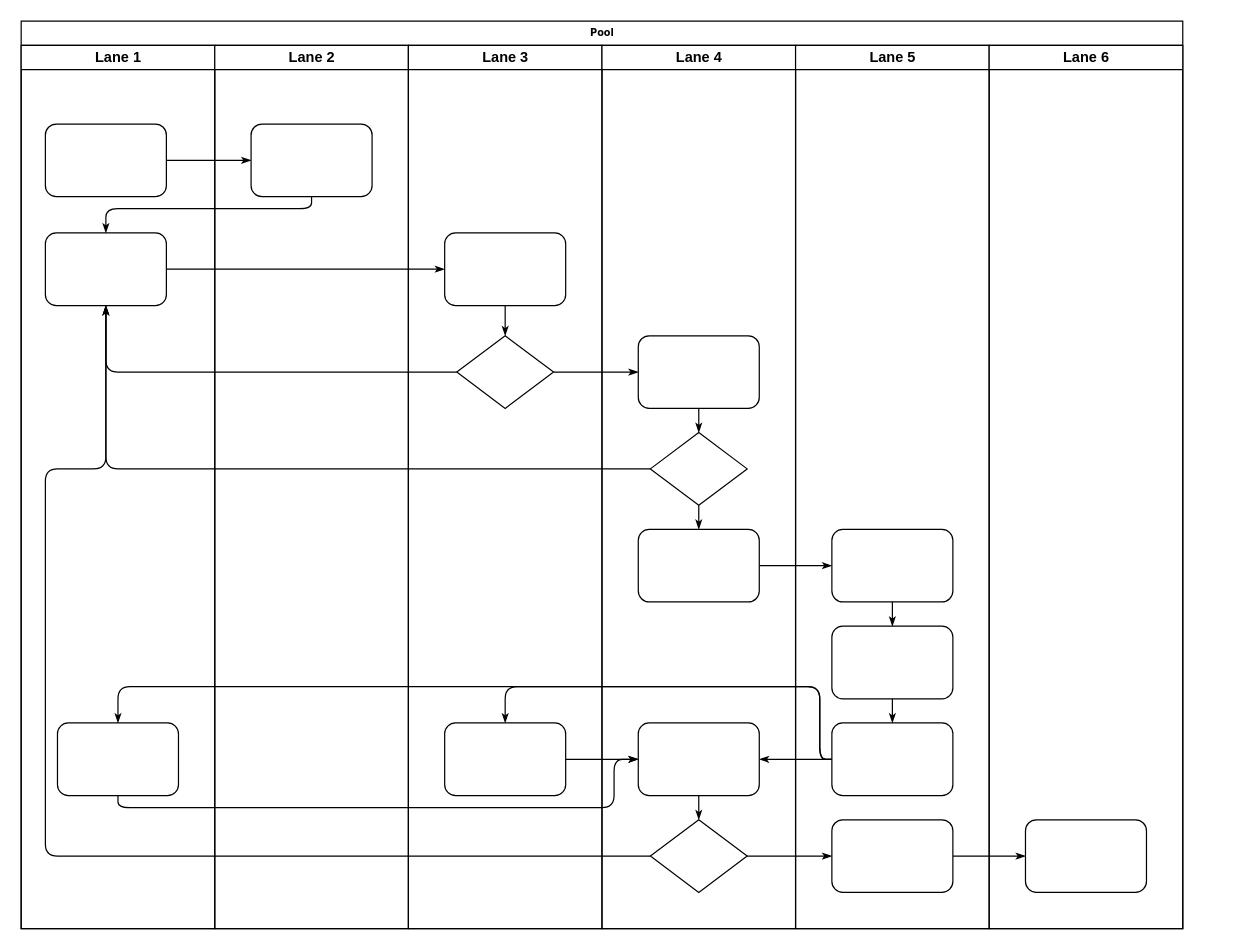
Before: java/30_graph/Untitled Diagram.drawio in RdAllen/algo, a draw.io diagram. Source tidied: cells renumbered, new cells numbered last; positions are measured from the earlier drawing's top-left corner, leaving out a move shared by most shapes. Both pictures are drawn from the tidied source at 121%, with x=0, y=0 at pixel (21, 21).
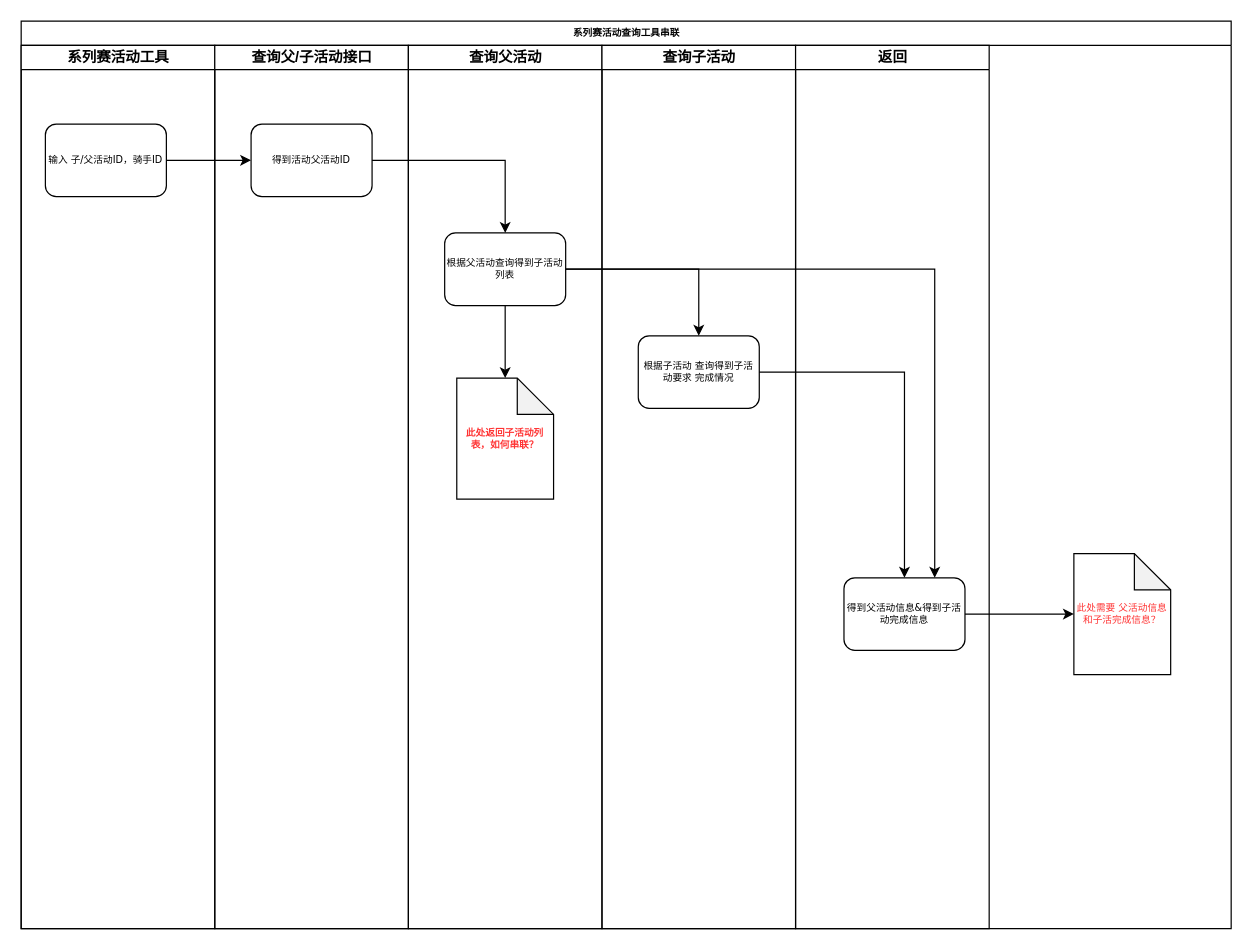
Above is the later version.

Diff of the diagram source:
```diff
@@
-    <mxCell id="2" value="Pool" style="swimlane;html=1;startSize=20;rounded=0;shadow=0;labelBackgroundColor=none;strokeWidth=1;fontFamily=Verdana;fontSize=8;align=center;" parent="1" vertex="1">
-      <mxGeometry width="960" height="750" as="geometry" />
+    <mxCell id="2" value="系列赛活动查询工具串联" style="swimlane;html=1;startSize=20;rounded=0;shadow=0;labelBackgroundColor=none;strokeWidth=1;fontFamily=Verdana;fontSize=8;align=center;" parent="1" vertex="1">
+      <mxGeometry width="1000" height="750" as="geometry" />
     </mxCell>
-    <mxCell id="3" value="Lane 1" style="swimlane;html=1;startSize=20;" parent="2" vertex="1">
+    <mxCell id="3" value="系列赛活动工具" style="swimlane;html=1;startSize=20;" parent="2" vertex="1">
       <mxGeometry y="20" width="160" height="730" as="geometry" />
     </mxCell>
-    <mxCell id="4" style="rounded=1;whiteSpace=wrap;html=1;shadow=0;labelBackgroundColor=none;strokeWidth=1;fontFamily=Verdana;fontSize=8;align=center;" parent="3" vertex="1">
+    <mxCell id="4" value="输入 子/父活动ID，骑手ID" style="rounded=1;whiteSpace=wrap;html=1;shadow=0;labelBackgroundColor=none;strokeWidth=1;fontFamily=Verdana;fontSize=8;align=center;" parent="3" vertex="1">
       <mxGeometry x="20" y="65" width="100" height="60" as="geometry" />
     </mxCell>
-    <mxCell id="5" style="rounded=1;whiteSpace=wrap;html=1;shadow=0;labelBackgroundColor=none;strokeWidth=1;fontFamily=Verdana;fontSize=8;align=center;" parent="3" vertex="1">
-      <mxGeometry x="20" y="155" width="100" height="60" as="geometry" />
-    </mxCell>
-    <mxCell id="6" style="rounded=1;whiteSpace=wrap;html=1;shadow=0;labelBackgroundColor=none;strokeWidth=1;fontFamily=Verdana;fontSize=8;align=center;" parent="3" vertex="1">
-      <mxGeometry x="30" y="560" width="100" height="60" as="geometry" />
-    </mxCell>
-    <mxCell id="7" style="edgeStyle=orthogonalEdgeStyle;rounded=1;html=1;labelBackgroundColor=none;startArrow=none;startFill=0;startSize=5;endArrow=classicThin;endFill=1;endSize=5;jettySize=auto;strokeWidth=1;fontFamily=Verdana;fontSize=8;" parent="2" edge="1" source="4" target="23">
-      <mxGeometry relative="1" as="geometry" />
-    </mxCell>
-    <mxCell id="8" style="edgeStyle=orthogonalEdgeStyle;rounded=1;html=1;labelBackgroundColor=none;startArrow=none;startFill=0;startSize=5;endArrow=classicThin;endFill=1;endSize=5;jettySize=auto;strokeWidth=1;fontFamily=Verdana;fontSize=8;" parent="2" edge="1" source="23" target="5">
-      <mxGeometry relative="1" as="geometry">
-        <Array as="points">
-          <mxPoint x="240" y="155" />
-          <mxPoint x="70" y="155" />
-        </Array>
-      </mxGeometry>
-    </mxCell>
-    <mxCell id="9" style="edgeStyle=orthogonalEdgeStyle;rounded=1;html=1;labelBackgroundColor=none;startArrow=none;startFill=0;startSize=5;endArrow=classicThin;endFill=1;endSize=5;jettySize=auto;strokeWidth=1;fontFamily=Verdana;fontSize=8;" parent="2" edge="1" source="5" target="25">
-      <mxGeometry relative="1" as="geometry" />
-    </mxCell>
-    <mxCell id="10" style="edgeStyle=orthogonalEdgeStyle;rounded=1;html=1;labelBackgroundColor=none;startArrow=none;startFill=0;startSize=5;endArrow=classicThin;endFill=1;endSize=5;jettySize=auto;strokeWidth=1;fontFamily=Verdana;fontSize=8;" parent="2" edge="1" source="26" target="5">
-      <mxGeometry relative="1" as="geometry" />
-    </mxCell>
-    <mxCell id="11" style="edgeStyle=orthogonalEdgeStyle;rounded=1;html=1;labelBackgroundColor=none;startArrow=none;startFill=0;startSize=5;endArrow=classicThin;endFill=1;endSize=5;jettySize=auto;strokeWidth=1;fontFamily=Verdana;fontSize=8;" parent="2" edge="1" source="31" target="5">
-      <mxGeometry relative="1" as="geometry" />
-    </mxCell>
-    <mxCell id="12" style="edgeStyle=orthogonalEdgeStyle;rounded=1;html=1;labelBackgroundColor=none;startArrow=none;startFill=0;startSize=5;endArrow=classicThin;endFill=1;endSize=5;jettySize=auto;strokeWidth=1;fontFamily=Verdana;fontSize=8;" parent="2" edge="1" source="34" target="5">
-      <mxGeometry relative="1" as="geometry">
-        <Array as="points">
-          <mxPoint x="20" y="690" />
-          <mxPoint x="20" y="370" />
-          <mxPoint x="70" y="370" />
-        </Array>
-      </mxGeometry>
-    </mxCell>
-    <mxCell id="13" style="edgeStyle=orthogonalEdgeStyle;rounded=1;html=1;labelBackgroundColor=none;startArrow=none;startFill=0;startSize=5;endArrow=classicThin;endFill=1;endSize=5;jettySize=auto;strokeWidth=1;fontFamily=Verdana;fontSize=8;" parent="2" edge="1" source="26" target="30">
-      <mxGeometry relative="1" as="geometry" />
-    </mxCell>
-    <mxCell id="14" style="edgeStyle=orthogonalEdgeStyle;rounded=1;html=1;labelBackgroundColor=none;startArrow=none;startFill=0;startSize=5;endArrow=classicThin;endFill=1;endSize=5;jettySize=auto;strokeWidth=1;fontFamily=Verdana;fontSize=8;" parent="2" edge="1" source="34" target="42">
-      <mxGeometry relative="1" as="geometry" />
-    </mxCell>
-    <mxCell id="15" style="edgeStyle=orthogonalEdgeStyle;rounded=1;html=1;labelBackgroundColor=none;startArrow=none;startFill=0;startSize=5;endArrow=classicThin;endFill=1;endSize=5;jettySize=auto;strokeWidth=1;fontFamily=Verdana;fontSize=8;" parent="2" edge="1" source="42" target="46">
-      <mxGeometry relative="1" as="geometry" />
-    </mxCell>
-    <mxCell id="16" style="edgeStyle=orthogonalEdgeStyle;rounded=1;html=1;labelBackgroundColor=none;startArrow=none;startFill=0;startSize=5;endArrow=classicThin;endFill=1;endSize=5;jettySize=auto;strokeWidth=1;fontFamily=Verdana;fontSize=8;" parent="2" edge="1" source="32" target="39">
-      <mxGeometry relative="1" as="geometry" />
-    </mxCell>
-    <mxCell id="17" style="edgeStyle=orthogonalEdgeStyle;rounded=1;html=1;labelBackgroundColor=none;startArrow=none;startFill=0;startSize=5;endArrow=classicThin;endFill=1;endSize=5;jettySize=auto;strokeWidth=1;fontFamily=Verdana;fontSize=8;" parent="2" edge="1" source="41" target="27">
-      <mxGeometry relative="1" as="geometry">
-        <Array as="points">
-          <mxPoint x="660" y="610" />
-          <mxPoint x="660" y="550" />
-          <mxPoint x="400" y="550" />
-        </Array>
-      </mxGeometry>
-    </mxCell>
-    <mxCell id="18" style="edgeStyle=orthogonalEdgeStyle;rounded=1;html=1;labelBackgroundColor=none;startArrow=none;startFill=0;startSize=5;endArrow=classicThin;endFill=1;endSize=5;jettySize=auto;strokeColor=#000000;strokeWidth=1;fontFamily=Verdana;fontSize=8;fontColor=#000000;" parent="2" edge="1" source="41" target="33">
-      <mxGeometry relative="1" as="geometry" />
-    </mxCell>
-    <mxCell id="19" style="edgeStyle=orthogonalEdgeStyle;rounded=1;html=1;labelBackgroundColor=none;startArrow=none;startFill=0;startSize=5;endArrow=classicThin;endFill=1;endSize=5;jettySize=auto;strokeWidth=1;fontFamily=Verdana;fontSize=8;" parent="2" edge="1" source="41" target="6">
-      <mxGeometry relative="1" as="geometry">
-        <Array as="points">
-          <mxPoint x="660" y="610" />
-          <mxPoint x="660" y="550" />
-          <mxPoint x="80" y="550" />
-        </Array>
-      </mxGeometry>
-    </mxCell>
-    <mxCell id="20" style="edgeStyle=orthogonalEdgeStyle;rounded=1;html=1;labelBackgroundColor=none;startArrow=none;startFill=0;startSize=5;endArrow=classicThin;endFill=1;endSize=5;jettySize=auto;strokeWidth=1;fontFamily=Verdana;fontSize=8;" parent="2" edge="1" source="6" target="33">
-      <mxGeometry relative="1" as="geometry">
-        <Array as="points">
-          <mxPoint x="80" y="650" />
-          <mxPoint x="490" y="650" />
-          <mxPoint x="490" y="610" />
-        </Array>
-      </mxGeometry>
-    </mxCell>
-    <mxCell id="21" style="edgeStyle=orthogonalEdgeStyle;rounded=1;html=1;labelBackgroundColor=none;startArrow=none;startFill=0;startSize=5;endArrow=classicThin;endFill=1;endSize=5;jettySize=auto;strokeWidth=1;fontFamily=Verdana;fontSize=8;" parent="2" edge="1" source="27" target="33">
-      <mxGeometry relative="1" as="geometry" />
-    </mxCell>
-    <mxCell id="22" value="Lane 2" style="swimlane;html=1;startSize=20;" parent="2" vertex="1">
+    <mxCell id="22" value="查询父/子活动接口" style="swimlane;html=1;startSize=20;" parent="2" vertex="1">
       <mxGeometry x="160" y="20" width="160" height="730" as="geometry" />
     </mxCell>
-    <mxCell id="23" style="rounded=1;whiteSpace=wrap;html=1;shadow=0;labelBackgroundColor=none;strokeWidth=1;fontFamily=Verdana;fontSize=8;align=center;" parent="22" vertex="1">
+    <mxCell id="23" value="得到活动父活动ID" style="rounded=1;whiteSpace=wrap;html=1;shadow=0;labelBackgroundColor=none;strokeWidth=1;fontFamily=Verdana;fontSize=8;align=center;" parent="22" vertex="1">
       <mxGeometry x="30" y="65" width="100" height="60" as="geometry" />
     </mxCell>
-    <mxCell id="24" value="Lane 3" style="swimlane;html=1;startSize=20;" parent="2" vertex="1">
+    <mxCell id="24" value="查询父活动" style="swimlane;html=1;startSize=20;" parent="2" vertex="1">
       <mxGeometry x="320" y="20" width="160" height="730" as="geometry" />
     </mxCell>
-    <mxCell id="25" style="rounded=1;whiteSpace=wrap;html=1;shadow=0;labelBackgroundColor=none;strokeWidth=1;fontFamily=Verdana;fontSize=8;align=center;" parent="24" vertex="1">
+    <mxCell id="25" value="根据父活动查询得到子活动列表" style="rounded=1;whiteSpace=wrap;html=1;shadow=0;labelBackgroundColor=none;strokeWidth=1;fontFamily=Verdana;fontSize=8;align=center;" parent="24" vertex="1">
       <mxGeometry x="30" y="155" width="100" height="60" as="geometry" />
     </mxCell>
-    <mxCell id="26" style="rhombus;whiteSpace=wrap;html=1;rounded=0;shadow=0;labelBackgroundColor=none;strokeWidth=1;fontFamily=Verdana;fontSize=8;align=center;" parent="24" vertex="1">
-      <mxGeometry x="40" y="240" width="80" height="60" as="geometry" />
-    </mxCell>
-    <mxCell id="27" style="rounded=1;whiteSpace=wrap;html=1;shadow=0;labelBackgroundColor=none;strokeWidth=1;fontFamily=Verdana;fontSize=8;align=center;" parent="24" vertex="1">
-      <mxGeometry x="30" y="560" width="100" height="60" as="geometry" />
-    </mxCell>
-    <mxCell id="28" style="edgeStyle=orthogonalEdgeStyle;rounded=1;html=1;labelBackgroundColor=none;startArrow=none;startFill=0;startSize=5;endArrow=classicThin;endFill=1;endSize=5;jettySize=auto;strokeWidth=1;fontFamily=Verdana;fontSize=8;" parent="24" edge="1" source="25" target="26">
-      <mxGeometry relative="1" as="geometry" />
-    </mxCell>
-    <mxCell id="29" value="Lane 4" style="swimlane;html=1;startSize=20;" parent="2" vertex="1">
+    <mxCell id="29" value="查询子活动" style="swimlane;html=1;startSize=20;" parent="2" vertex="1">
       <mxGeometry x="480" y="20" width="160" height="730" as="geometry" />
     </mxCell>
-    <mxCell id="30" style="rounded=1;whiteSpace=wrap;html=1;shadow=0;labelBackgroundColor=none;strokeWidth=1;fontFamily=Verdana;fontSize=8;align=center;" parent="29" vertex="1">
+    <mxCell id="30" value="根据子活动 查询得到子活动要求 完成情况" style="rounded=1;whiteSpace=wrap;html=1;shadow=0;labelBackgroundColor=none;strokeWidth=1;fontFamily=Verdana;fontSize=8;align=center;" parent="29" vertex="1">
       <mxGeometry x="30" y="240" width="100" height="60" as="geometry" />
     </mxCell>
-    <mxCell id="31" style="rhombus;whiteSpace=wrap;html=1;rounded=0;shadow=0;labelBackgroundColor=none;strokeWidth=1;fontFamily=Verdana;fontSize=8;align=center;" parent="29" vertex="1">
-      <mxGeometry x="40" y="320" width="80" height="60" as="geometry" />
-    </mxCell>
-    <mxCell id="32" style="rounded=1;whiteSpace=wrap;html=1;shadow=0;labelBackgroundColor=none;strokeWidth=1;fontFamily=Verdana;fontSize=8;align=center;" parent="29" vertex="1">
-      <mxGeometry x="30" y="400" width="100" height="60" as="geometry" />
-    </mxCell>
-    <mxCell id="33" style="rounded=1;whiteSpace=wrap;html=1;shadow=0;labelBackgroundColor=none;strokeWidth=1;fontFamily=Verdana;fontSize=8;align=center;" parent="29" vertex="1">
-      <mxGeometry x="30" y="560" width="100" height="60" as="geometry" />
-    </mxCell>
-    <mxCell id="34" style="rhombus;whiteSpace=wrap;html=1;rounded=0;shadow=0;labelBackgroundColor=none;strokeWidth=1;fontFamily=Verdana;fontSize=8;align=center;" parent="29" vertex="1">
-      <mxGeometry x="40" y="640" width="80" height="60" as="geometry" />
-    </mxCell>
-    <mxCell id="35" style="edgeStyle=orthogonalEdgeStyle;rounded=1;html=1;labelBackgroundColor=none;startArrow=none;startFill=0;startSize=5;endArrow=classicThin;endFill=1;endSize=5;jettySize=auto;strokeColor=#000000;strokeWidth=1;fontFamily=Verdana;fontSize=8;fontColor=#000000;" parent="29" edge="1" source="30" target="31">
-      <mxGeometry relative="1" as="geometry" />
-    </mxCell>
-    <mxCell id="36" style="edgeStyle=orthogonalEdgeStyle;rounded=1;html=1;labelBackgroundColor=none;startArrow=none;startFill=0;startSize=5;endArrow=classicThin;endFill=1;endSize=5;jettySize=auto;strokeWidth=1;fontFamily=Verdana;fontSize=8;" parent="29" edge="1" source="31" target="32">
-      <mxGeometry relative="1" as="geometry" />
-    </mxCell>
-    <mxCell id="37" style="edgeStyle=orthogonalEdgeStyle;rounded=1;html=1;labelBackgroundColor=none;startArrow=none;startFill=0;startSize=5;endArrow=classicThin;endFill=1;endSize=5;jettySize=auto;strokeWidth=1;fontFamily=Verdana;fontSize=8;" parent="29" edge="1" source="33" target="34">
-      <mxGeometry relative="1" as="geometry" />
-    </mxCell>
-    <mxCell id="38" value="Lane 5" style="swimlane;html=1;startSize=20;" parent="2" vertex="1">
+    <mxCell id="38" value="返回" style="swimlane;html=1;startSize=20;" parent="2" vertex="1">
       <mxGeometry x="640" y="20" width="160" height="730" as="geometry" />
     </mxCell>
-    <mxCell id="39" style="rounded=1;whiteSpace=wrap;html=1;shadow=0;labelBackgroundColor=none;strokeWidth=1;fontFamily=Verdana;fontSize=8;align=center;" parent="38" vertex="1">
-      <mxGeometry x="30" y="400" width="100" height="60" as="geometry" />
+    <mxCell id="39" value="得到父活动信息&amp;amp;得到子活动完成信息" style="rounded=1;whiteSpace=wrap;html=1;shadow=0;labelBackgroundColor=none;strokeWidth=1;fontFamily=Verdana;fontSize=8;align=center;" parent="38" vertex="1">
+      <mxGeometry x="40" y="440" width="100" height="60" as="geometry" />
     </mxCell>
-    <mxCell id="40" style="rounded=1;whiteSpace=wrap;html=1;shadow=0;labelBackgroundColor=none;strokeWidth=1;fontFamily=Verdana;fontSize=8;align=center;" parent="38" vertex="1">
-      <mxGeometry x="30" y="480" width="100" height="60" as="geometry" />
-    </mxCell>
-    <mxCell id="41" style="rounded=1;whiteSpace=wrap;html=1;shadow=0;labelBackgroundColor=none;strokeWidth=1;fontFamily=Verdana;fontSize=8;align=center;" parent="38" vertex="1">
-      <mxGeometry x="30" y="560" width="100" height="60" as="geometry" />
-    </mxCell>
-    <mxCell id="42" style="rounded=1;whiteSpace=wrap;html=1;shadow=0;labelBackgroundColor=none;strokeWidth=1;fontFamily=Verdana;fontSize=8;align=center;" parent="38" vertex="1">
-      <mxGeometry x="30" y="640" width="100" height="60" as="geometry" />
-    </mxCell>
-    <mxCell id="43" style="edgeStyle=orthogonalEdgeStyle;rounded=1;html=1;labelBackgroundColor=none;startArrow=none;startFill=0;startSize=5;endArrow=classicThin;endFill=1;endSize=5;jettySize=auto;strokeWidth=1;fontFamily=Verdana;fontSize=8;" parent="38" edge="1" source="39" target="40">
-      <mxGeometry relative="1" as="geometry" />
-    </mxCell>
-    <mxCell id="44" style="edgeStyle=orthogonalEdgeStyle;rounded=1;html=1;labelBackgroundColor=none;startArrow=none;startFill=0;startSize=5;endArrow=classicThin;endFill=1;endSize=5;jettySize=auto;strokeWidth=1;fontFamily=Verdana;fontSize=8;" parent="38" edge="1" source="40" target="41">
-      <mxGeometry relative="1" as="geometry" />
-    </mxCell>
-    <mxCell id="45" value="Lane 6" style="swimlane;html=1;startSize=20;" parent="2" vertex="1">
-      <mxGeometry x="800" y="20" width="160" height="730" as="geometry" />
-    </mxCell>
-    <mxCell id="46" style="rounded=1;whiteSpace=wrap;html=1;shadow=0;labelBackgroundColor=none;strokeWidth=1;fontFamily=Verdana;fontSize=8;align=center;" parent="45" vertex="1">
-      <mxGeometry x="30" y="640" width="100" height="60" as="geometry" />
-    </mxCell>
+    <mxCell id="7" style="edgeStyle=orthogonalEdgeStyle;rounded=0;jettySize=auto;html=1;entryX=0;entryY=0.5;entryDx=0;entryDy=0;" parent="2" edge="1" source="4" target="23">
+      <mxGeometry relative="1" as="geometry" />
+    </mxCell>
+    <mxCell id="47" style="edgeStyle=orthogonalEdgeStyle;rounded=0;jettySize=auto;html=1;entryX=0.5;entryY=0;entryDx=0;entryDy=0;" parent="2" edge="1" source="23" target="25">
+      <mxGeometry relative="1" as="geometry" />
+    </mxCell>
+    <mxCell id="48" style="edgeStyle=orthogonalEdgeStyle;rounded=0;jettySize=auto;html=1;" parent="2" edge="1" source="25" target="30">
+      <mxGeometry relative="1" as="geometry" />
+    </mxCell>
+    <mxCell id="49" style="edgeStyle=orthogonalEdgeStyle;rounded=0;jettySize=auto;html=1;entryX=0.5;entryY=0;entryDx=0;entryDy=0;" parent="2" edge="1" source="30" target="39">
+      <mxGeometry relative="1" as="geometry" />
+    </mxCell>
+    <mxCell id="50" style="edgeStyle=orthogonalEdgeStyle;rounded=0;jettySize=auto;html=1;entryX=0.75;entryY=0;entryDx=0;entryDy=0;" parent="2" edge="1" source="25" target="39">
+      <mxGeometry relative="1" as="geometry" />
+    </mxCell>
+    <mxCell id="51" value="&lt;b style=&quot;background-color: rgb(255 , 255 , 255)&quot;&gt;&lt;font color=&quot;#ff3333&quot;&gt;此处返回子活动列表，如何串联？&lt;/font&gt;&lt;/b&gt;" style="shape=note;whiteSpace=wrap;html=1;backgroundOutline=1;darkOpacity=0.05;rounded=1;shadow=0;fontFamily=Verdana;fontSize=8;strokeWidth=1;" parent="1" vertex="1">
+      <mxGeometry x="360" y="295" width="80" height="100" as="geometry" />
+    </mxCell>
+    <mxCell id="52" style="edgeStyle=orthogonalEdgeStyle;rounded=0;jettySize=auto;html=1;" parent="1" edge="1" source="25" target="51">
+      <mxGeometry relative="1" as="geometry" />
+    </mxCell>
+    <mxCell id="53" value="&lt;font color=&quot;#ff3333&quot;&gt;此处需要 父活动信息 和子活完成信息？&lt;/font&gt;" style="shape=note;whiteSpace=wrap;html=1;backgroundOutline=1;darkOpacity=0.05;rounded=1;shadow=0;fontFamily=Verdana;fontSize=8;strokeWidth=1;" parent="1" vertex="1">
+      <mxGeometry x="870" y="440" width="80" height="100" as="geometry" />
+    </mxCell>
+    <mxCell id="54" style="edgeStyle=orthogonalEdgeStyle;rounded=0;jettySize=auto;html=1;" parent="1" edge="1" source="39" target="53">
+      <mxGeometry relative="1" as="geometry" />
+    </mxCell>
```
